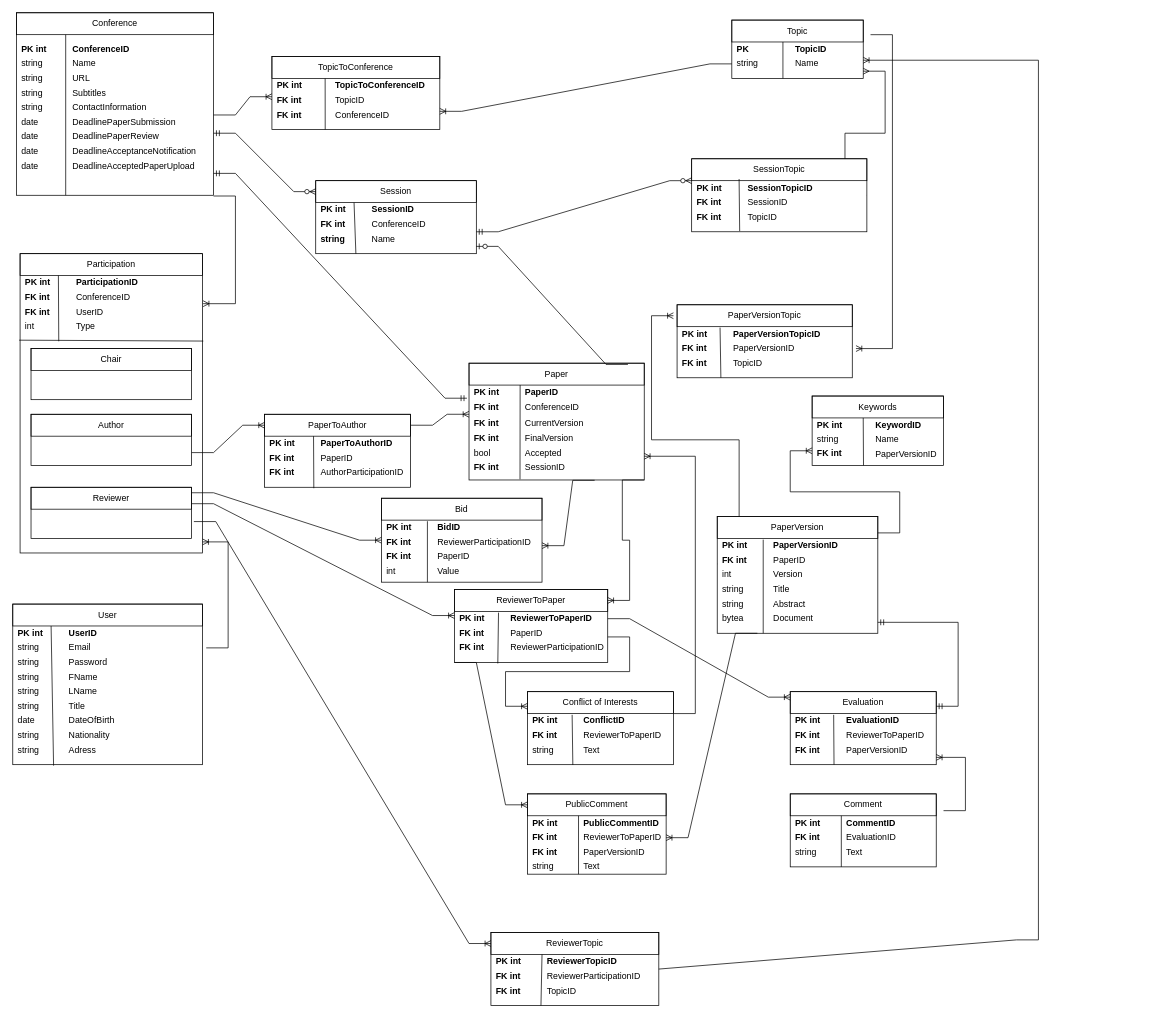
This is Database Diagram.drawio from SE-Powerpuff-Girls/SE-Powerpuff-Girls, a draw.io file, before an edit. Source tidied: cells renumbered, new cells numbered last; positions are measured from the earlier drawing's top-left corner, leaving out a move shared by most shapes. Both pictures are drawn from the tidied source at 73%, with x=0, y=0 at pixel (12, 12).
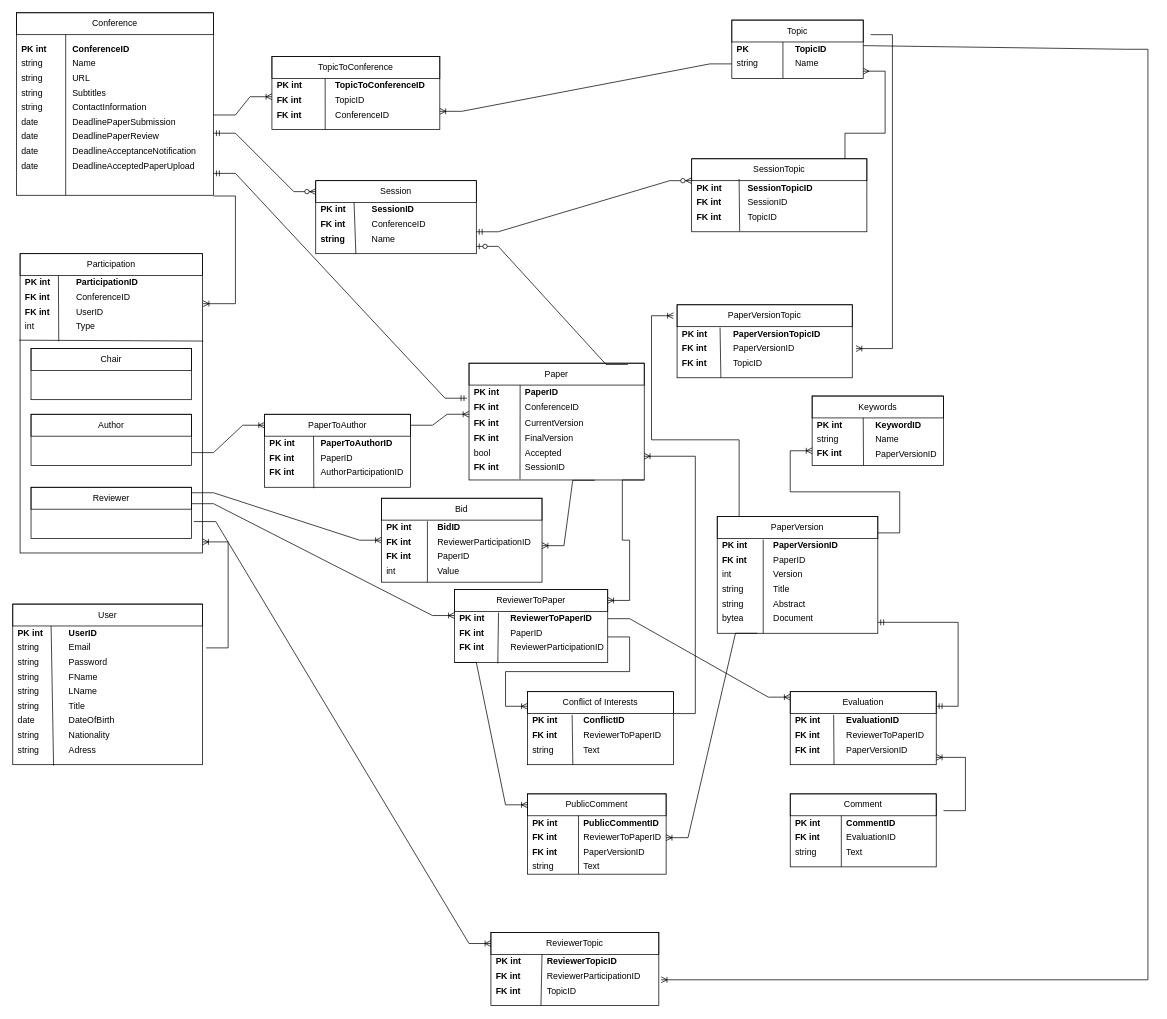
The same page after the edit.

The change refers to these unchanged cells:
```xml
<mxCell id="25" value="TopicID" style="text;html=1;strokeColor=none;fillColor=none;align=left;verticalAlign=middle;whiteSpace=wrap;rounded=0;spacingLeft=5;fontStyle=1;" parent="1" vertex="1">
  <mxGeometry x="1065" y="40" width="100" height="20" as="geometry" />
</mxCell>
<mxCell id="28" value="Name" style="text;html=1;strokeColor=none;fillColor=none;align=left;verticalAlign=middle;whiteSpace=wrap;rounded=0;spacingLeft=5;fontStyle=0;" parent="1" vertex="1">
  <mxGeometry x="1065" y="60" width="100" height="20" as="geometry" />
</mxCell>
<mxCell id="79" style="rounded=0;whiteSpace=wrap;html=1;strokeColor=default;" parent="1" vertex="1">
  <mxGeometry x="655" y="1260" width="230" height="100" as="geometry" />
</mxCell>
```

The edit, as a diff of the source:
```diff
@@
-    <mxCell id="87" style="edgeStyle=entityRelationEdgeStyle;fontSize=12;html=1;endArrow=ERoneToMany;rounded=0;strokeColor=default;entryX=1;entryY=0.25;entryDx=0;entryDy=0;" parent="1" edge="1" target="28">
+    <mxCell id="87" style="edgeStyle=entityRelationEdgeStyle;fontSize=12;html=1;endArrow=ERoneToMany;rounded=0;strokeColor=default;entryX=1.014;entryY=0.647;entryDx=0;entryDy=0;entryPerimeter=0;" parent="1" edge="1" target="79">
       <mxGeometry relative="1" as="geometry">
-        <mxPoint x="1375" y="1270" as="sourcePoint" />
+        <mxPoint x="1525" y="50" as="sourcePoint" />
       </mxGeometry>
     </mxCell>
@@
-    <mxCell id="217" style="endArrow=none;html=1;rounded=0;strokeColor=default;exitX=1;exitY=0.5;exitDx=0;exitDy=0;" parent="1" edge="1" source="79">
+    <mxCell id="217" style="endArrow=none;html=1;rounded=0;strokeColor=default;exitX=1;exitY=0.25;exitDx=0;exitDy=0;" parent="1" edge="1" source="25">
       <mxGeometry relative="1" as="geometry">
-        <mxPoint x="1375" y="1270" as="targetPoint" />
+        <mxPoint x="1525" y="50" as="targetPoint" />
       </mxGeometry>
     </mxCell>
```
